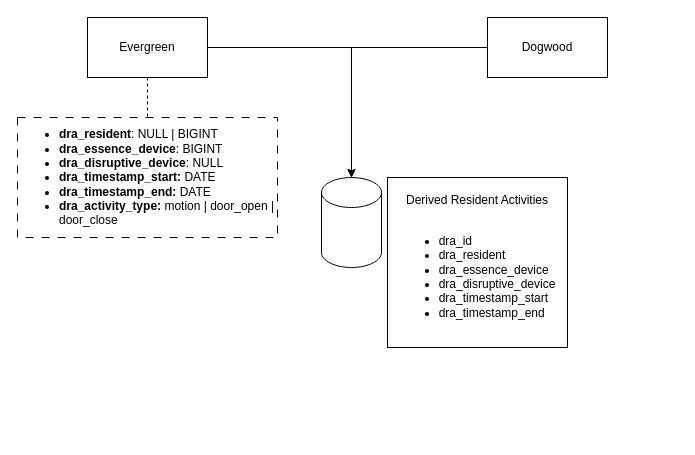
This is derived_resident_activities_population.drawio from bkealy-halocare/drawio-diagrams, a draw.io file, before an edit. Source tidied: cells renumbered, new cells numbered last; positions are measured from the earlier drawing's top-left corner, leaving out a move shared by most shapes. Both pictures are drawn from the tidied source at 100%, with x=0, y=0 at pixel (17, 17).
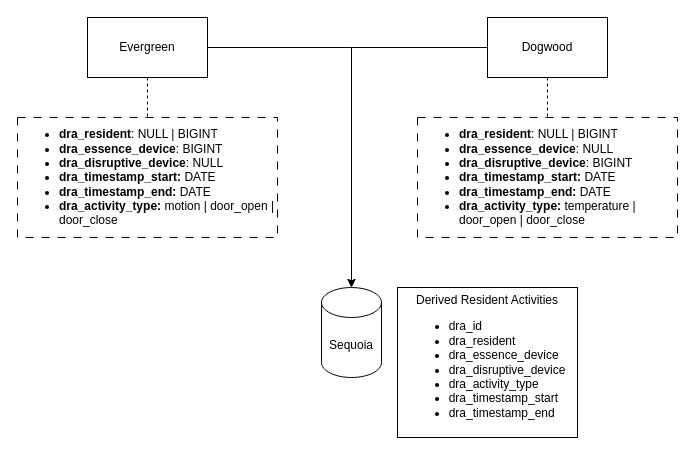
After the change.

What changed in the source:
```diff
@@
 <mxGraphModel>
   <root>
     <mxCell id="0" />
     <mxCell id="1" parent="0" />
-    <mxCell id="2" style="shape=cylinder3;whiteSpace=wrap;html=1;boundedLbl=1;backgroundOutline=1;size=15;" parent="1" vertex="1">
-      <mxGeometry x="304" y="160" width="60" height="90" as="geometry" />
+    <mxCell id="2" value="Sequoia" style="shape=cylinder3;whiteSpace=wrap;html=1;boundedLbl=1;backgroundOutline=1;size=15;" parent="1" vertex="1">
+      <mxGeometry x="304" y="270" width="60" height="90" as="geometry" />
     </mxCell>
-    <mxCell id="3" value="Derived Resident Activities&lt;div&gt;&lt;br&gt;&lt;/div&gt;&lt;div style=&quot;text-align: left;&quot;&gt;&lt;ul&gt;&lt;li&gt;dra_id&lt;/li&gt;&lt;li&gt;dra_resident&lt;/li&gt;&lt;li&gt;dra_essence_device&lt;/li&gt;&lt;li&gt;dra_disruptive_device&lt;/li&gt;&lt;li&gt;dra_timestamp_start&lt;/li&gt;&lt;li&gt;dra_timestamp_end&lt;/li&gt;&lt;/ul&gt;&lt;/div&gt;" style="text;html=1;align=center;verticalAlign=middle;whiteSpace=wrap;rounded=0;strokeColor=default;" parent="1" vertex="1">
-      <mxGeometry x="370" y="160" width="180" height="170" as="geometry" />
+    <mxCell id="3" value="Derived Resident Activities&lt;div style=&quot;text-align: left;&quot;&gt;&lt;ul&gt;&lt;li&gt;dra_id&lt;/li&gt;&lt;li&gt;dra_resident&lt;/li&gt;&lt;li&gt;dra_essence_device&lt;/li&gt;&lt;li&gt;dra_disruptive_device&lt;/li&gt;&lt;li&gt;dra_activity_type&lt;/li&gt;&lt;li&gt;dra_timestamp_start&lt;/li&gt;&lt;li&gt;dra_timestamp_end&lt;/li&gt;&lt;/ul&gt;&lt;/div&gt;" style="text;html=1;align=center;verticalAlign=middle;whiteSpace=wrap;rounded=0;strokeColor=default;" parent="1" vertex="1">
+      <mxGeometry x="380" y="270" width="180" height="150" as="geometry" />
     </mxCell>
     <mxCell id="4" style="edgeStyle=orthogonalEdgeStyle;rounded=0;jettySize=auto;html=1;entryX=0.5;entryY=0;entryDx=0;entryDy=0;dashed=1;endArrow=none;startFill=0;" parent="1" edge="1" source="5" target="9">
       <mxGeometry relative="1" as="geometry" />
     </mxCell>
     <mxCell id="5" value="Evergreen" style="rounded=0;whiteSpace=wrap;html=1;" parent="1" vertex="1">
       <mxGeometry x="70" width="120" height="60" as="geometry" />
     </mxCell>
     <mxCell id="6" style="edgeStyle=orthogonalEdgeStyle;rounded=0;jettySize=auto;html=1;entryX=0.5;entryY=0;entryDx=0;entryDy=0;entryPerimeter=0;" parent="1" edge="1" source="5" target="2">
       <mxGeometry relative="1" as="geometry" />
     </mxCell>
     <mxCell id="7" style="edgeStyle=orthogonalEdgeStyle;rounded=0;jettySize=auto;html=1;" parent="1" edge="1" source="8" target="2">
       <mxGeometry relative="1" as="geometry" />
     </mxCell>
+    <mxCell id="10" style="edgeStyle=orthogonalEdgeStyle;rounded=0;jettySize=auto;html=1;dashed=1;endArrow=none;startFill=0;" parent="1" edge="1" source="8" target="11">
+      <mxGeometry relative="1" as="geometry" />
+    </mxCell>
     <mxCell id="8" value="Dogwood" style="rounded=0;whiteSpace=wrap;html=1;" parent="1" vertex="1">
       <mxGeometry x="470" width="120" height="60" as="geometry" />
     </mxCell>
     <mxCell id="9" value="&lt;ul&gt;&lt;li&gt;&lt;b&gt;dra_resident&lt;/b&gt;: NULL | BIGINT&lt;/li&gt;&lt;li&gt;&lt;b&gt;dra_essence_device&lt;/b&gt;: BIGINT&lt;/li&gt;&lt;li&gt;&lt;b&gt;dra_disruptive_device&lt;/b&gt;: NULL&lt;/li&gt;&lt;li&gt;&lt;b&gt;dra_timestamp_start: &lt;/b&gt;DATE&lt;/li&gt;&lt;li&gt;&lt;b&gt;dra_timestamp_end: &lt;/b&gt;DATE&lt;/li&gt;&lt;li&gt;&lt;b&gt;dra_activity_type: &lt;/b&gt;motion | door_open | door_close&lt;/li&gt;&lt;/ul&gt;" style="text;html=1;align=left;verticalAlign=middle;whiteSpace=wrap;rounded=0;strokeColor=default;dashed=1;dashPattern=8 8;" parent="1" vertex="1">
       <mxGeometry y="100" width="260" height="120" as="geometry" />
     </mxCell>
+    <mxCell id="11" value="&lt;ul&gt;&lt;li&gt;&lt;b&gt;dra_resident&lt;/b&gt;: NULL | BIGINT&lt;/li&gt;&lt;li&gt;&lt;b&gt;dra_essence_device&lt;/b&gt;: NULL&lt;/li&gt;&lt;li&gt;&lt;b&gt;dra_disruptive_device&lt;/b&gt;: BIGINT&lt;/li&gt;&lt;li&gt;&lt;b&gt;dra_timestamp_start: &lt;/b&gt;DATE&lt;/li&gt;&lt;li&gt;&lt;b&gt;dra_timestamp_end: &lt;/b&gt;DATE&lt;/li&gt;&lt;li&gt;&lt;b&gt;dra_activity_type: &lt;/b&gt;temperature |&amp;nbsp; door_open | door_close&lt;/li&gt;&lt;/ul&gt;" style="text;html=1;align=left;verticalAlign=middle;whiteSpace=wrap;rounded=0;strokeColor=default;dashed=1;dashPattern=8 8;" parent="1" vertex="1">
+      <mxGeometry x="400" y="100" width="260" height="120" as="geometry" />
+    </mxCell>
   </root>
 </mxGraphModel>
```
